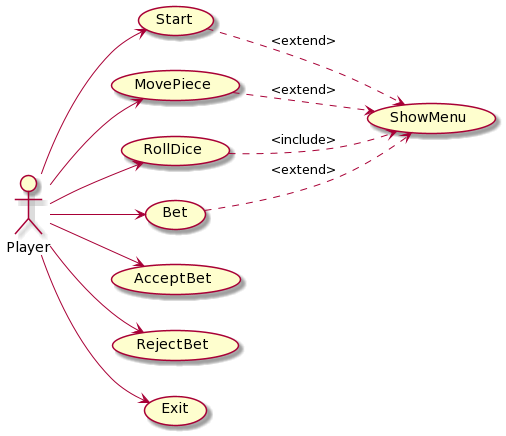
The PlantUML diagram rup/usecase/use_cases.png in USantaTecla-game-backgammon/backgammon, before a commit.
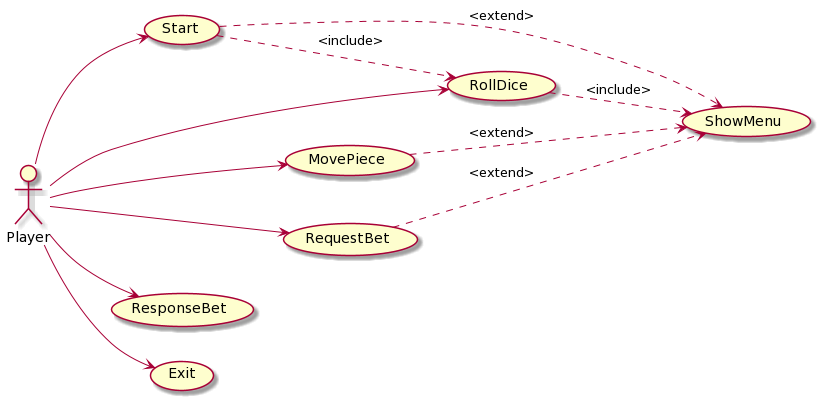
Above is the later version.

Diff of the diagram source:
```diff
@@ -6,22 +6,20 @@
 usecase Start
 usecase MovePiece
 usecase RollDice
-usecase Bet
-usecase AcceptBet
-usecase RejectBet
+usecase RequestBet
+usecase ResponseBet
 usecase Exit
-
 usecase ShowMenu
 
 Player --> Start
 Start ..> ShowMenu : <extend>
+Start ..> RollDice : <include>
 Player --> MovePiece
 MovePiece ..> ShowMenu : <extend>
-Player --> Bet
-Bet ..> ShowMenu : <extend>
+Player --> RequestBet
+RequestBet ..> ShowMenu : <extend>
 RollDice ..> ShowMenu : <include>
-Player --> AcceptBet
-Player --> RejectBet
+Player --> ResponseBet
 Player --> RollDice
 Player --> Exit
 @enduml
```
